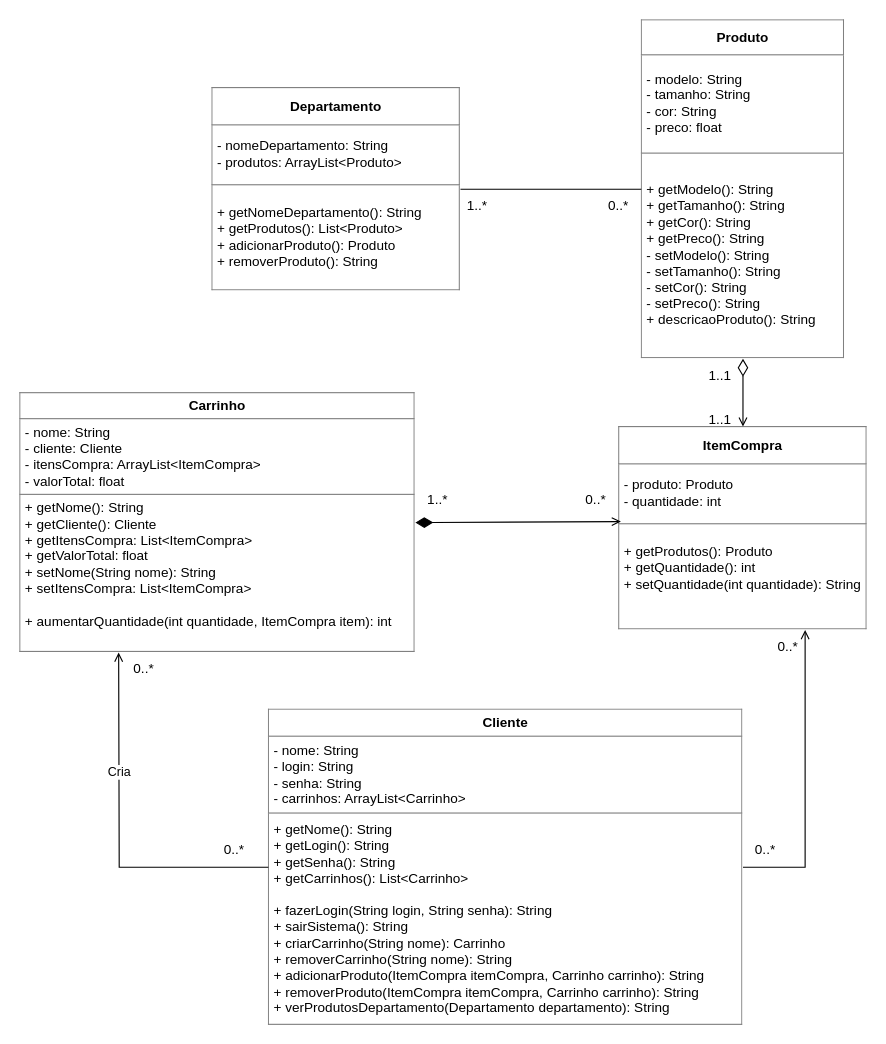
This is Diagrama sem nome.drawio from LizReis/POO-Parcial1, a draw.io file, before an edit. Source tidied: cells renumbered, new cells numbered last; positions are measured from the earlier drawing's top-left corner, leaving out a move shared by most shapes. Both pictures are drawn from the tidied source at 113%, with x=0, y=0 at pixel (19, 19).
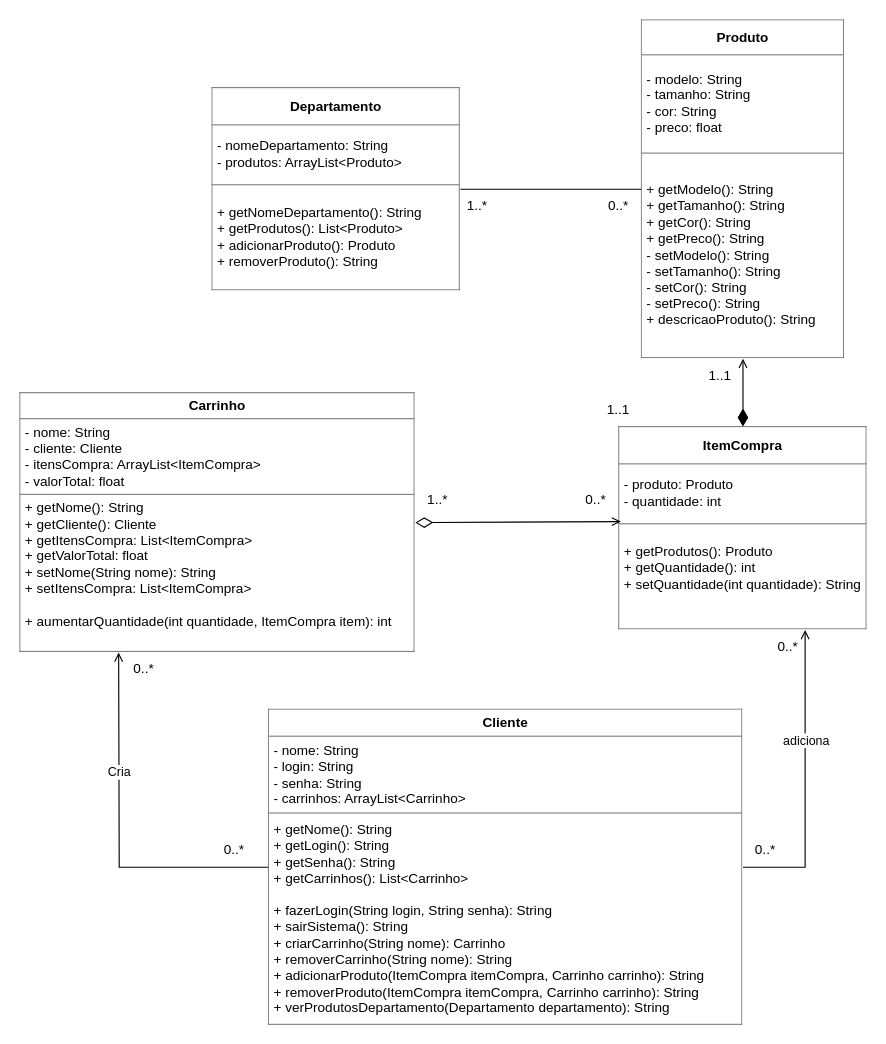
After the change.

Unchanged cells that the change refers to:
```xml
<mxCell id="4" value="&lt;table border=&quot;1&quot; width=&quot;100%&quot; height=&quot;100%&quot; cellpadding=&quot;4&quot; style=&quot;width:100%;height:100%;border-collapse:collapse;&quot;&gt;&lt;tbody&gt;&lt;tr&gt;&lt;th align=&quot;center&quot;&gt;Produto&lt;/th&gt;&lt;/tr&gt;&lt;tr&gt;&lt;td&gt;- modelo: String&lt;br&gt;- tamanho: String&lt;br&gt;- cor: String&lt;br&gt;- preco: float&lt;/td&gt;&lt;/tr&gt;&lt;tr&gt;&lt;td&gt;+ getModelo(): String&lt;br&gt;+ getTamanho(): String&lt;br&gt;+ getCor(): String&lt;br&gt;+ getPreco(): String&lt;br&gt;- setModelo(): String&lt;br&gt;- setTamanho(): String&lt;br&gt;- setCor(): String&lt;br&gt;- setPreco(): String&lt;br&gt;+ descricaoProduto(): String&lt;/td&gt;&lt;/tr&gt;&lt;/tbody&gt;&lt;/table&gt;" style="text;html=1;whiteSpace=wrap;strokeColor=none;fillColor=none;overflow=fill;" parent="1" vertex="1">
  <mxGeometry x="550" width="180" height="300" as="geometry" />
</mxCell>
<mxCell id="5" value="&lt;table border=&quot;1&quot; width=&quot;100%&quot; height=&quot;100%&quot; cellpadding=&quot;4&quot; style=&quot;width:100%;height:100%;border-collapse:collapse;&quot;&gt;&lt;tbody&gt;&lt;tr&gt;&lt;th align=&quot;center&quot;&gt;ItemCompra&lt;/th&gt;&lt;/tr&gt;&lt;tr&gt;&lt;td&gt;- produto: Produto&lt;br&gt;- quantidade: int&lt;/td&gt;&lt;/tr&gt;&lt;tr&gt;&lt;td&gt;+ getProdutos(): Produto&lt;br&gt;+ getQuantidade(): int&lt;br&gt;+ setQuantidade(int quantidade): String&lt;br&gt;&lt;br&gt;&lt;/td&gt;&lt;/tr&gt;&lt;/tbody&gt;&lt;/table&gt;" style="text;html=1;whiteSpace=wrap;strokeColor=none;fillColor=none;overflow=fill;" parent="1" vertex="1">
  <mxGeometry x="530" y="360" width="220" height="180" as="geometry" />
</mxCell>
<mxCell id="6" value="&lt;table border=&quot;1&quot; width=&quot;100%&quot; height=&quot;100%&quot; cellpadding=&quot;4&quot; style=&quot;width:100%;height:100%;border-collapse:collapse;&quot;&gt;&lt;tbody&gt;&lt;tr&gt;&lt;th align=&quot;center&quot;&gt;Carrinho&lt;/th&gt;&lt;/tr&gt;&lt;tr&gt;&lt;td&gt;- nome: String&lt;br&gt;- cliente: Cliente&lt;br&gt;- itensCompra: ArrayList&amp;lt;ItemCompra&amp;gt;&lt;br&gt;- valorTotal: float&lt;/td&gt;&lt;/tr&gt;&lt;tr&gt;&lt;td&gt;+ getNome(): String&lt;br&gt;+ getCliente(): Cliente&lt;br&gt;+ getItensCompra: List&amp;lt;ItemCompra&amp;gt;&lt;br&gt;+ getValorTotal: float&lt;br&gt;+ setNome(String nome): String&lt;br&gt;+ setItensCompra: List&amp;lt;ItemCompra&amp;gt;&lt;br&gt;&lt;br&gt;+ aumentarQuantidade(int quantidade, ItemCompra item): int&lt;br&gt;&lt;br&gt;&lt;/td&gt;&lt;/tr&gt;&lt;/tbody&gt;&lt;/table&gt;" style="text;html=1;whiteSpace=wrap;strokeColor=none;fillColor=none;overflow=fill;" parent="1" vertex="1">
  <mxGeometry y="330" width="350" height="230" as="geometry" />
</mxCell>
<mxCell id="12" style="endArrow=open;html=1;rounded=0;exitX=1;exitY=0.5;exitDx=0;exitDy=0;entryX=0.75;entryY=1;entryDx=0;entryDy=0;endFill=0;" parent="1" edge="1" source="2" target="5">
  <mxGeometry relative="1" as="geometry">
    <Array as="points">
      <mxPoint x="695" y="750" />
    </Array>
  </mxGeometry>
</mxCell>
```

What changed in the source:
```diff
@@
-    <mxCell id="7" style="endArrow=diamondThin;html=1;rounded=0;entryX=0.5;entryY=1;entryDx=0;entryDy=0;exitX=0.5;exitY=0;exitDx=0;exitDy=0;endFill=0;startArrow=open;startFill=0;startSize=6;endSize=13;" parent="1" edge="1" source="5" target="4">
+    <mxCell id="7" style="endArrow=diamondThin;html=1;rounded=0;exitX=0.5;exitY=1;exitDx=0;exitDy=0;endFill=1;startArrow=open;startFill=0;startSize=6;endSize=13;entryX=0.5;entryY=0;entryDx=0;entryDy=0;" parent="1" edge="1" source="4" target="5">
       <mxGeometry relative="1" as="geometry" />
     </mxCell>
-    <mxCell id="8" style="endArrow=diamondThin;html=1;rounded=0;entryX=1;entryY=0.5;entryDx=0;entryDy=0;exitX=0.009;exitY=0.467;exitDx=0;exitDy=0;endFill=1;startArrow=open;startFill=0;startSize=6;endSize=13;exitPerimeter=0;" parent="1" edge="1" source="5" target="6">
+    <mxCell id="8" style="endArrow=diamondThin;html=1;rounded=0;entryX=1;entryY=0.5;entryDx=0;entryDy=0;exitX=0.009;exitY=0.467;exitDx=0;exitDy=0;endFill=0;startArrow=open;startFill=0;startSize=6;endSize=13;exitPerimeter=0;" parent="1" edge="1" source="5" target="6">
       <mxGeometry relative="1" as="geometry" />
     </mxCell>
@@
+    <mxCell id="23" value="adiciona" style="edgeLabel;html=1;align=center;verticalAlign=middle;" parent="12" vertex="1">
+      <mxGeometry x="0.27" relative="1" as="geometry" />
+    </mxCell>
@@
     <mxCell id="21" value="1..1" style="text;html=1;align=center;verticalAlign=middle;whiteSpace=wrap;rounded=0;" parent="1" vertex="1">
-      <mxGeometry x="590" y="339" width="60" height="30" as="geometry" />
+      <mxGeometry x="500" y="330" width="60" height="30" as="geometry" />
     </mxCell>
```
